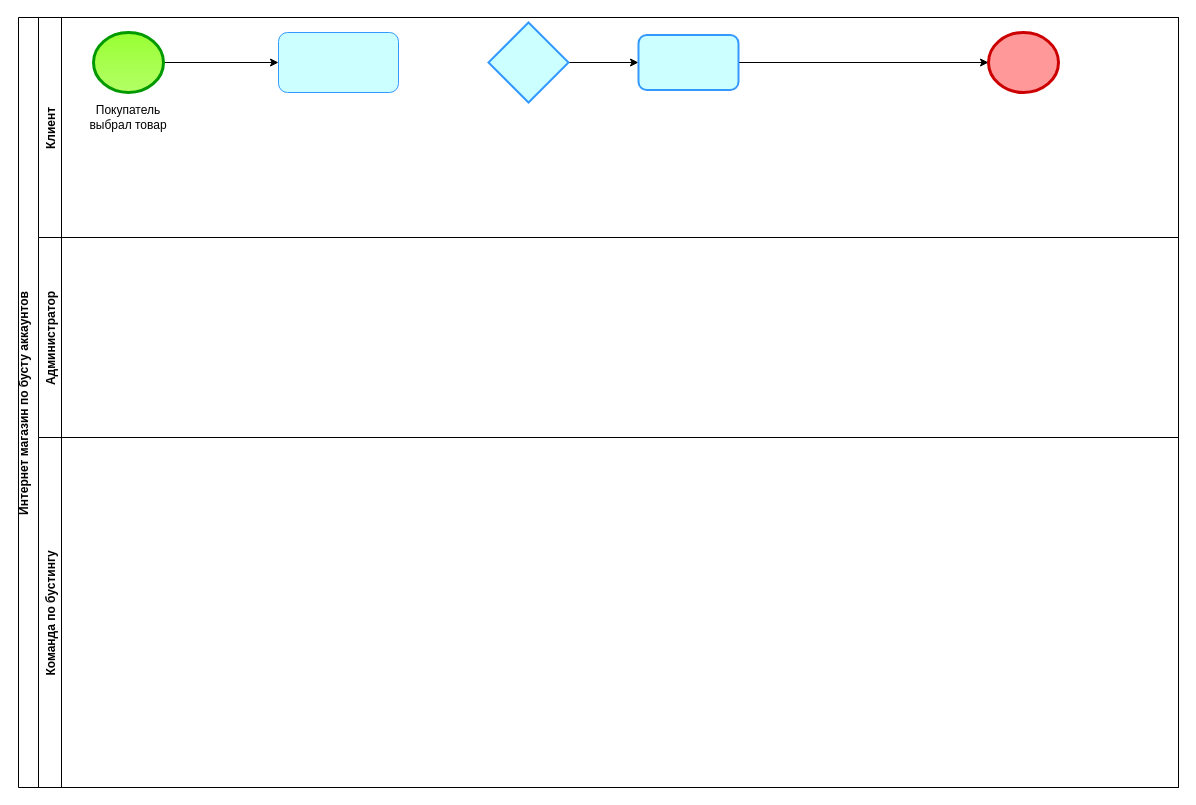
Earlier version of the draw.io diagram Untitled Diagram.drawio (Underkni9ht/Underkni9ht). Source tidied: cells renumbered, new cells numbered last; positions are measured from the earlier drawing's top-left corner, leaving out a move shared by most shapes. Both pictures are drawn from the tidied source at 100%, with x=0, y=0 at pixel (18, 17).
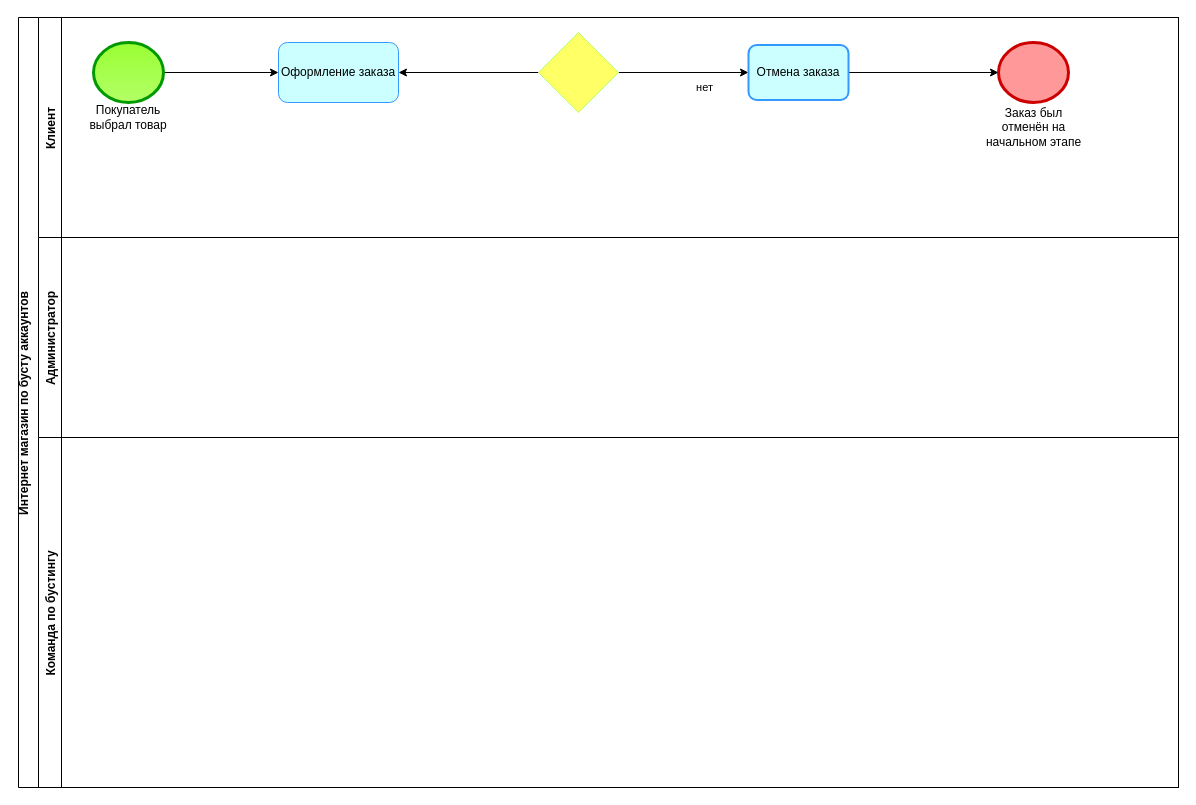
The same page after the edit.

Diff of the diagram source:
```diff
@@
 <mxGraphModel>
   <root>
     <mxCell id="0" />
     <mxCell id="1" parent="0" />
     <mxCell id="2" value="Интернет магазин по бусту аккаунтов&#10;" style="swimlane;horizontal=0;" parent="1" vertex="1">
       <mxGeometry width="1160" height="770" as="geometry" />
     </mxCell>
     <mxCell id="3" value="Клиент" style="swimlane;horizontal=0;" parent="2" vertex="1">
       <mxGeometry x="20" width="1140" height="220" as="geometry" />
     </mxCell>
     <mxCell id="4" value="Покупатель выбрал товар" style="text;html=1;strokeColor=none;fillColor=none;align=center;verticalAlign=middle;whiteSpace=wrap;rounded=0;" parent="3" vertex="1">
       <mxGeometry x="45" y="85" width="90" height="30" as="geometry" />
     </mxCell>
-    <mxCell id="5" style="rounded=1;whiteSpace=wrap;html=1;strokeColor=#3399FF;fillColor=#CCFFFF;gradientColor=#CCFFFF;" parent="3" vertex="1">
-      <mxGeometry x="240" y="15" width="120" height="60" as="geometry" />
+    <mxCell id="5" value="Оформление заказа" style="rounded=1;whiteSpace=wrap;html=1;strokeColor=#3399FF;fillColor=#CCFFFF;gradientColor=#CCFFFF;" parent="3" vertex="1">
+      <mxGeometry x="240" y="25" width="120" height="60" as="geometry" />
     </mxCell>
-    <mxCell id="6" style="edgeStyle=orthogonalEdgeStyle;rounded=0;jettySize=auto;html=1;" parent="3" edge="1" source="7" target="9">
-      <mxGeometry relative="1" as="geometry" />
+    <mxCell id="6" value="нет" style="edgeStyle=orthogonalEdgeStyle;rounded=0;jettySize=auto;html=1;startArrow=none;" parent="3" edge="1" source="16" target="9">
+      <mxGeometry x="0.33" y="-15" relative="1" as="geometry" />
     </mxCell>
-    <mxCell id="7" style="rhombus;whiteSpace=wrap;html=1;strokeColor=#3399FF;strokeWidth=2;fillColor=#CCFFFF;gradientColor=#CCFFFF;" parent="3" vertex="1">
-      <mxGeometry x="450" y="5" width="80" height="80" as="geometry" />
-    </mxCell>
     <mxCell id="8" style="edgeStyle=orthogonalEdgeStyle;rounded=0;jettySize=auto;html=1;" parent="3" edge="1" source="9" target="10">
       <mxGeometry relative="1" as="geometry" />
     </mxCell>
-    <mxCell id="9" style="rounded=1;whiteSpace=wrap;html=1;fillColor=#CCFFFF;strokeColor=#3399FF;strokeWidth=2;gradientColor=#CCFFFF;" parent="3" vertex="1">
-      <mxGeometry x="600" y="17.5" width="100" height="55" as="geometry" />
+    <mxCell id="9" value="Отмена заказа" style="rounded=1;whiteSpace=wrap;html=1;fillColor=#CCFFFF;strokeColor=#3399FF;strokeWidth=2;gradientColor=#CCFFFF;" parent="3" vertex="1">
+      <mxGeometry x="710" y="27.5" width="100" height="55" as="geometry" />
     </mxCell>
     <mxCell id="10" style="ellipse;whiteSpace=wrap;html=1;fillColor=#FF9999;strokeColor=#CC0000;rounded=1;strokeWidth=3;gradientColor=#FF9999;" parent="3" vertex="1">
-      <mxGeometry x="950" y="15" width="70" height="60" as="geometry" />
+      <mxGeometry x="960" y="25" width="70" height="60" as="geometry" />
     </mxCell>
     <mxCell id="11" style="edgeStyle=orthogonalEdgeStyle;rounded=0;jettySize=auto;html=1;" parent="3" edge="1" source="12" target="5">
       <mxGeometry relative="1" as="geometry" />
     </mxCell>
     <mxCell id="12" style="ellipse;whiteSpace=wrap;html=1;fillColor=#99FF33;strokeColor=#009900;rounded=1;strokeWidth=3;gradientColor=#B3FF66;" parent="3" vertex="1">
-      <mxGeometry x="55" y="15" width="70" height="60" as="geometry" />
+      <mxGeometry x="55" y="25" width="70" height="60" as="geometry" />
     </mxCell>
+    <mxCell id="15" style="endArrow=classic;html=1;rounded=0;entryX=1;entryY=0.5;entryDx=0;entryDy=0;exitX=0;exitY=0.5;exitDx=0;exitDy=0;" parent="3" edge="1" source="16" target="5">
+      <mxGeometry relative="1" as="geometry" />
+    </mxCell>
+    <mxCell id="16" style="rhombus;whiteSpace=wrap;html=1;strokeColor=#B3FF66;fillColor=#FFFF66;gradientColor=none;" parent="3" vertex="1">
+      <mxGeometry x="500" y="15" width="80" height="80" as="geometry" />
+    </mxCell>
+    <mxCell id="17" value="Заказ был отменён на начальном этапе" style="text;html=1;strokeColor=none;fillColor=none;align=center;verticalAlign=middle;whiteSpace=wrap;rounded=0;" parent="3" vertex="1">
+      <mxGeometry x="942.5" y="95" width="105" height="30" as="geometry" />
+    </mxCell>
     <mxCell id="13" value="Администратор" style="swimlane;horizontal=0;" parent="2" vertex="1">
       <mxGeometry x="20" y="220" width="1140" height="200" as="geometry" />
     </mxCell>
     <mxCell id="14" value="Команда по бустингу" style="swimlane;horizontal=0;" parent="2" vertex="1">
       <mxGeometry x="20" y="420" width="1140" height="350" as="geometry" />
     </mxCell>
   </root>
 </mxGraphModel>
```
